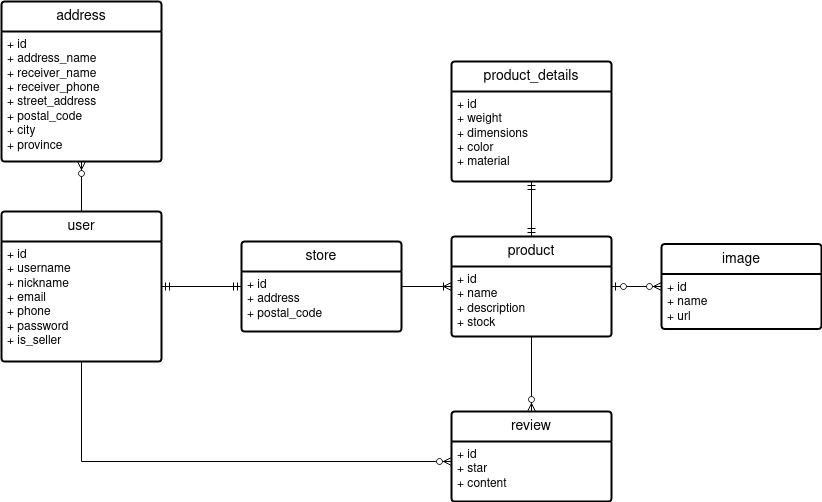
Before: NusantaraStore051_CDM.drawio.png, a diagram exported from draw.io (borednuna/NusantaraStore051_BE). Source tidied: cells renumbered, new cells last; positions are measured from the earlier drawing's top-left corner, leaving out a move shared by most shapes. The source it was exported from:
```xml
<mxGraphModel background="#ffffff">
  <root>
    <mxCell id="0" />
    <mxCell id="1" parent="0" />
    <mxCell id="2" value="user" style="swimlane;horizontal=1;startSize=30;rounded=1;fontSize=14;fontStyle=0;strokeWidth=2;shadow=0;dashed=0;align=center;arcSize=4;whiteSpace=wrap;html=1;" parent="1" vertex="1">
      <mxGeometry y="210" width="160" height="150" as="geometry" />
    </mxCell>
    <mxCell id="3" value="&lt;div&gt;+ id&lt;/div&gt;&lt;div&gt;+ username&lt;/div&gt;&lt;div&gt;+ nickname&lt;/div&gt;&lt;div&gt;+ email&lt;/div&gt;&lt;div&gt;+ phone&lt;br&gt;&lt;/div&gt;&lt;div&gt;+ password&lt;/div&gt;&lt;div&gt;+ is_seller&lt;br&gt;&lt;/div&gt;" style="align=left;strokeColor=none;fillColor=none;spacingLeft=4;fontSize=12;verticalAlign=top;html=1;" parent="2" vertex="1">
      <mxGeometry y="30" width="160" height="120" as="geometry" />
    </mxCell>
    <mxCell id="4" value="address" style="swimlane;horizontal=1;startSize=30;rounded=1;fontSize=14;fontStyle=0;strokeWidth=2;shadow=0;dashed=0;align=center;arcSize=4;whiteSpace=wrap;html=1;" parent="1" vertex="1">
      <mxGeometry width="160" height="160" as="geometry" />
    </mxCell>
    <mxCell id="5" value="&lt;div&gt;+ id&lt;/div&gt;&lt;div&gt;+ address_name&lt;br&gt;&lt;/div&gt;&lt;div&gt;+ receiver_name&lt;/div&gt;&lt;div&gt;+ receiver_phone&lt;br&gt;&lt;/div&gt;&lt;div&gt;+ street_address&lt;/div&gt;&lt;div&gt;+ postal_code&lt;/div&gt;&lt;div&gt;+ city&lt;/div&gt;&lt;div&gt;+ province&lt;br&gt;&lt;/div&gt;" style="align=left;strokeColor=none;fillColor=none;spacingLeft=4;fontSize=12;verticalAlign=top;html=1;" parent="4" vertex="1">
      <mxGeometry y="30" width="160" height="130" as="geometry" />
    </mxCell>
    <mxCell id="6" style="fontSize=12;html=1;endArrow=ERzeroToMany;endFill=1;rounded=0;" parent="1" edge="1" source="2" target="4">
      <mxGeometry relative="1" as="geometry" />
    </mxCell>
    <mxCell id="7" value="store" style="swimlane;horizontal=1;startSize=30;rounded=1;fontSize=14;fontStyle=0;strokeWidth=2;shadow=0;dashed=0;align=center;arcSize=4;whiteSpace=wrap;html=1;" parent="1" vertex="1">
      <mxGeometry x="240" y="240" width="160" height="90" as="geometry" />
    </mxCell>
    <mxCell id="8" value="&lt;div&gt;+ id&lt;/div&gt;&lt;div&gt;+ address&lt;/div&gt;&lt;div&gt;+ postal_code&lt;br&gt;&lt;/div&gt;" style="align=left;strokeColor=none;fillColor=none;spacingLeft=4;fontSize=12;verticalAlign=top;html=1;" parent="7" vertex="1">
      <mxGeometry y="30" width="160" height="60" as="geometry" />
    </mxCell>
    <mxCell id="9" style="fontSize=12;html=1;endArrow=ERmandOne;startArrow=ERmandOne;rounded=0;" parent="1" edge="1" source="2" target="7">
      <mxGeometry relative="1" as="geometry" />
    </mxCell>
    <mxCell id="10" value="product" style="swimlane;horizontal=1;startSize=30;rounded=1;fontSize=14;fontStyle=0;strokeWidth=2;shadow=0;dashed=0;align=center;arcSize=4;whiteSpace=wrap;html=1;" parent="1" vertex="1">
      <mxGeometry x="450" y="235" width="160" height="100" as="geometry" />
    </mxCell>
    <mxCell id="11" value="&lt;div&gt;+ id&lt;/div&gt;&lt;div&gt;+ name&lt;/div&gt;&lt;div&gt;+ description&lt;/div&gt;&lt;div&gt;+ stock&lt;br&gt;&lt;/div&gt;" style="align=left;strokeColor=none;fillColor=none;spacingLeft=4;fontSize=12;verticalAlign=top;html=1;" parent="10" vertex="1">
      <mxGeometry y="30" width="160" height="70" as="geometry" />
    </mxCell>
    <mxCell id="12" style="fontSize=12;html=1;endArrow=ERoneToMany;rounded=0;" parent="1" edge="1" source="7" target="10">
      <mxGeometry relative="1" as="geometry" />
    </mxCell>
    <mxCell id="13" value="product_details" style="swimlane;horizontal=1;startSize=30;rounded=1;fontSize=14;fontStyle=0;strokeWidth=2;shadow=0;dashed=0;align=center;arcSize=4;whiteSpace=wrap;html=1;" parent="1" vertex="1">
      <mxGeometry x="450" y="60" width="160" height="120" as="geometry" />
    </mxCell>
    <mxCell id="14" value="&lt;div&gt;+ id&lt;/div&gt;&lt;div&gt;+ weight&lt;/div&gt;&lt;div&gt;+ dimensions&lt;/div&gt;&lt;div&gt;+ color&lt;/div&gt;&lt;div&gt;+ material&lt;br&gt;&lt;/div&gt;" style="align=left;strokeColor=none;fillColor=none;spacingLeft=4;fontSize=12;verticalAlign=top;html=1;" parent="13" vertex="1">
      <mxGeometry y="30" width="160" height="90" as="geometry" />
    </mxCell>
    <mxCell id="15" style="fontSize=12;html=1;endArrow=ERmandOne;startArrow=ERmandOne;rounded=0;" parent="1" edge="1" source="10" target="13">
      <mxGeometry relative="1" as="geometry" />
    </mxCell>
    <mxCell id="16" value="review" style="swimlane;horizontal=1;startSize=30;rounded=1;fontSize=14;fontStyle=0;strokeWidth=2;shadow=0;dashed=0;align=center;arcSize=4;whiteSpace=wrap;html=1;" parent="1" vertex="1">
      <mxGeometry x="450" y="410" width="160" height="90" as="geometry" />
    </mxCell>
    <mxCell id="17" value="&lt;div&gt;+ id&lt;/div&gt;&lt;div&gt;+ star&lt;/div&gt;&lt;div&gt;+ content&lt;br&gt;&lt;/div&gt;" style="align=left;strokeColor=none;fillColor=none;spacingLeft=4;fontSize=12;verticalAlign=top;html=1;" parent="16" vertex="1">
      <mxGeometry y="30" width="160" height="60" as="geometry" />
    </mxCell>
    <mxCell id="18" style="fontSize=12;html=1;endArrow=ERzeroToMany;endFill=1;rounded=0;" parent="1" edge="1" source="10" target="16">
      <mxGeometry relative="1" as="geometry" />
    </mxCell>
    <mxCell id="19" style="edgeStyle=orthogonalEdgeStyle;fontSize=12;html=1;endArrow=ERzeroToMany;endFill=1;rounded=0;" parent="1" edge="1" source="2" target="16">
      <mxGeometry relative="1" as="geometry">
        <Array as="points">
          <mxPoint x="80" y="460" />
        </Array>
      </mxGeometry>
    </mxCell>
    <mxCell id="20" value="image" style="swimlane;horizontal=1;startSize=30;rounded=1;fontSize=14;fontStyle=0;strokeWidth=2;shadow=0;dashed=0;align=center;arcSize=4;whiteSpace=wrap;html=1;" parent="1" vertex="1">
      <mxGeometry x="660" y="242.5" width="160" height="85" as="geometry" />
    </mxCell>
    <mxCell id="21" value="&lt;div&gt;+ id&lt;/div&gt;&lt;div&gt;+ name&lt;/div&gt;+ url" style="align=left;strokeColor=none;fillColor=none;spacingLeft=4;fontSize=12;verticalAlign=top;html=1;" parent="20" vertex="1">
      <mxGeometry y="30" width="160" height="55" as="geometry" />
    </mxCell>
    <mxCell id="22" style="fontSize=12;html=1;endArrow=ERzeroToMany;startArrow=ERzeroToOne;rounded=0;" parent="1" edge="1" source="10" target="20">
      <mxGeometry relative="1" as="geometry" />
    </mxCell>
  </root>
</mxGraphModel>
```
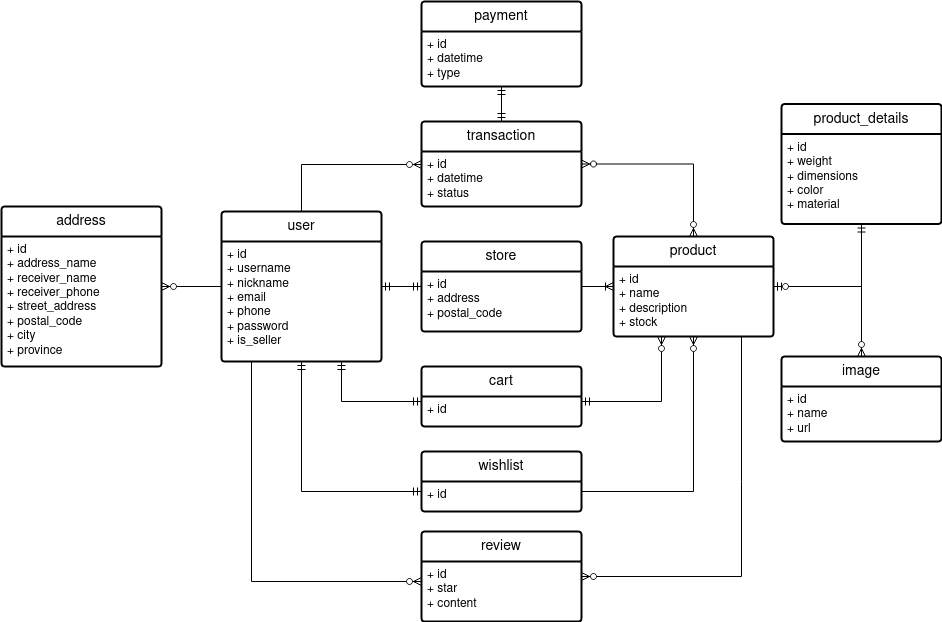
Later version of the same file.

What changed in the source:
```diff
@@ -3,13 +3,13 @@
     <mxCell id="0" />
     <mxCell id="1" parent="0" />
     <mxCell id="2" value="user" style="swimlane;horizontal=1;startSize=30;rounded=1;fontSize=14;fontStyle=0;strokeWidth=2;shadow=0;dashed=0;align=center;arcSize=4;whiteSpace=wrap;html=1;" parent="1" vertex="1">
-      <mxGeometry y="210" width="160" height="150" as="geometry" />
+      <mxGeometry x="520" y="310" width="160" height="150" as="geometry" />
     </mxCell>
     <mxCell id="3" value="&lt;div&gt;+ id&lt;/div&gt;&lt;div&gt;+ username&lt;/div&gt;&lt;div&gt;+ nickname&lt;/div&gt;&lt;div&gt;+ email&lt;/div&gt;&lt;div&gt;+ phone&lt;br&gt;&lt;/div&gt;&lt;div&gt;+ password&lt;/div&gt;&lt;div&gt;+ is_seller&lt;br&gt;&lt;/div&gt;" style="align=left;strokeColor=none;fillColor=none;spacingLeft=4;fontSize=12;verticalAlign=top;html=1;" parent="2" vertex="1">
       <mxGeometry y="30" width="160" height="120" as="geometry" />
     </mxCell>
     <mxCell id="4" value="address" style="swimlane;horizontal=1;startSize=30;rounded=1;fontSize=14;fontStyle=0;strokeWidth=2;shadow=0;dashed=0;align=center;arcSize=4;whiteSpace=wrap;html=1;" parent="1" vertex="1">
-      <mxGeometry width="160" height="160" as="geometry" />
+      <mxGeometry x="300" y="305" width="160" height="160" as="geometry" />
     </mxCell>
     <mxCell id="5" value="&lt;div&gt;+ id&lt;/div&gt;&lt;div&gt;+ address_name&lt;br&gt;&lt;/div&gt;&lt;div&gt;+ receiver_name&lt;/div&gt;&lt;div&gt;+ receiver_phone&lt;br&gt;&lt;/div&gt;&lt;div&gt;+ street_address&lt;/div&gt;&lt;div&gt;+ postal_code&lt;/div&gt;&lt;div&gt;+ city&lt;/div&gt;&lt;div&gt;+ province&lt;br&gt;&lt;/div&gt;" style="align=left;strokeColor=none;fillColor=none;spacingLeft=4;fontSize=12;verticalAlign=top;html=1;" parent="4" vertex="1">
       <mxGeometry y="30" width="160" height="130" as="geometry" />
@@ -18,7 +18,7 @@
       <mxGeometry relative="1" as="geometry" />
     </mxCell>
     <mxCell id="7" value="store" style="swimlane;horizontal=1;startSize=30;rounded=1;fontSize=14;fontStyle=0;strokeWidth=2;shadow=0;dashed=0;align=center;arcSize=4;whiteSpace=wrap;html=1;" parent="1" vertex="1">
-      <mxGeometry x="240" y="240" width="160" height="90" as="geometry" />
+      <mxGeometry x="720" y="340" width="160" height="90" as="geometry" />
     </mxCell>
     <mxCell id="8" value="&lt;div&gt;+ id&lt;/div&gt;&lt;div&gt;+ address&lt;/div&gt;&lt;div&gt;+ postal_code&lt;br&gt;&lt;/div&gt;" style="align=left;strokeColor=none;fillColor=none;spacingLeft=4;fontSize=12;verticalAlign=top;html=1;" parent="7" vertex="1">
       <mxGeometry y="30" width="160" height="60" as="geometry" />
@@ -27,7 +27,7 @@
       <mxGeometry relative="1" as="geometry" />
     </mxCell>
     <mxCell id="10" value="product" style="swimlane;horizontal=1;startSize=30;rounded=1;fontSize=14;fontStyle=0;strokeWidth=2;shadow=0;dashed=0;align=center;arcSize=4;whiteSpace=wrap;html=1;" parent="1" vertex="1">
-      <mxGeometry x="450" y="235" width="160" height="100" as="geometry" />
+      <mxGeometry x="912" y="335" width="160" height="100" as="geometry" />
     </mxCell>
     <mxCell id="11" value="&lt;div&gt;+ id&lt;/div&gt;&lt;div&gt;+ name&lt;/div&gt;&lt;div&gt;+ description&lt;/div&gt;&lt;div&gt;+ stock&lt;br&gt;&lt;/div&gt;" style="align=left;strokeColor=none;fillColor=none;spacingLeft=4;fontSize=12;verticalAlign=top;html=1;" parent="10" vertex="1">
       <mxGeometry y="30" width="160" height="70" as="geometry" />
@@ -36,38 +36,108 @@
       <mxGeometry relative="1" as="geometry" />
     </mxCell>
     <mxCell id="13" value="product_details" style="swimlane;horizontal=1;startSize=30;rounded=1;fontSize=14;fontStyle=0;strokeWidth=2;shadow=0;dashed=0;align=center;arcSize=4;whiteSpace=wrap;html=1;" parent="1" vertex="1">
-      <mxGeometry x="450" y="60" width="160" height="120" as="geometry" />
+      <mxGeometry x="1080" y="202.5" width="160" height="120" as="geometry" />
     </mxCell>
     <mxCell id="14" value="&lt;div&gt;+ id&lt;/div&gt;&lt;div&gt;+ weight&lt;/div&gt;&lt;div&gt;+ dimensions&lt;/div&gt;&lt;div&gt;+ color&lt;/div&gt;&lt;div&gt;+ material&lt;br&gt;&lt;/div&gt;" style="align=left;strokeColor=none;fillColor=none;spacingLeft=4;fontSize=12;verticalAlign=top;html=1;" parent="13" vertex="1">
       <mxGeometry y="30" width="160" height="90" as="geometry" />
     </mxCell>
-    <mxCell id="15" style="fontSize=12;html=1;endArrow=ERmandOne;startArrow=ERmandOne;rounded=0;" parent="1" edge="1" source="10" target="13">
+    <mxCell id="15" style="fontSize=12;html=1;endArrow=ERmandOne;startArrow=ERmandOne;rounded=0;edgeStyle=orthogonalEdgeStyle;" parent="1" edge="1" source="10" target="13">
       <mxGeometry relative="1" as="geometry" />
     </mxCell>
     <mxCell id="16" value="review" style="swimlane;horizontal=1;startSize=30;rounded=1;fontSize=14;fontStyle=0;strokeWidth=2;shadow=0;dashed=0;align=center;arcSize=4;whiteSpace=wrap;html=1;" parent="1" vertex="1">
-      <mxGeometry x="450" y="410" width="160" height="90" as="geometry" />
+      <mxGeometry x="720" y="630" width="160" height="90" as="geometry" />
     </mxCell>
     <mxCell id="17" value="&lt;div&gt;+ id&lt;/div&gt;&lt;div&gt;+ star&lt;/div&gt;&lt;div&gt;+ content&lt;br&gt;&lt;/div&gt;" style="align=left;strokeColor=none;fillColor=none;spacingLeft=4;fontSize=12;verticalAlign=top;html=1;" parent="16" vertex="1">
       <mxGeometry y="30" width="160" height="60" as="geometry" />
     </mxCell>
-    <mxCell id="18" style="fontSize=12;html=1;endArrow=ERzeroToMany;endFill=1;rounded=0;" parent="1" edge="1" source="10" target="16">
-      <mxGeometry relative="1" as="geometry" />
+    <mxCell id="18" style="fontSize=12;html=1;endArrow=ERzeroToMany;endFill=1;rounded=0;edgeStyle=orthogonalEdgeStyle;" parent="1" edge="1" source="10" target="16">
+      <mxGeometry relative="1" as="geometry">
+        <Array as="points">
+          <mxPoint x="1040" y="580" />
+          <mxPoint x="1040" y="580" />
+        </Array>
+      </mxGeometry>
     </mxCell>
     <mxCell id="19" style="edgeStyle=orthogonalEdgeStyle;fontSize=12;html=1;endArrow=ERzeroToMany;endFill=1;rounded=0;" parent="1" edge="1" source="2" target="16">
       <mxGeometry relative="1" as="geometry">
         <Array as="points">
-          <mxPoint x="80" y="460" />
+          <mxPoint x="550" y="680" />
         </Array>
       </mxGeometry>
     </mxCell>
     <mxCell id="20" value="image" style="swimlane;horizontal=1;startSize=30;rounded=1;fontSize=14;fontStyle=0;strokeWidth=2;shadow=0;dashed=0;align=center;arcSize=4;whiteSpace=wrap;html=1;" parent="1" vertex="1">
-      <mxGeometry x="660" y="242.5" width="160" height="85" as="geometry" />
+      <mxGeometry x="1080" y="455" width="160" height="85" as="geometry" />
     </mxCell>
     <mxCell id="21" value="&lt;div&gt;+ id&lt;/div&gt;&lt;div&gt;+ name&lt;/div&gt;+ url" style="align=left;strokeColor=none;fillColor=none;spacingLeft=4;fontSize=12;verticalAlign=top;html=1;" parent="20" vertex="1">
       <mxGeometry y="30" width="160" height="55" as="geometry" />
     </mxCell>
-    <mxCell id="22" style="fontSize=12;html=1;endArrow=ERzeroToMany;startArrow=ERzeroToOne;rounded=0;" parent="1" edge="1" source="10" target="20">
+    <mxCell id="22" style="fontSize=12;html=1;endArrow=ERzeroToMany;startArrow=ERzeroToOne;rounded=0;edgeStyle=orthogonalEdgeStyle;" parent="1" edge="1" source="10" target="20">
       <mxGeometry relative="1" as="geometry" />
     </mxCell>
+    <mxCell id="23" value="transaction" style="swimlane;horizontal=1;startSize=30;rounded=1;fontSize=14;fontStyle=0;strokeWidth=2;shadow=0;dashed=0;align=center;arcSize=4;whiteSpace=wrap;html=1;" parent="1" vertex="1">
+      <mxGeometry x="720" y="220" width="160" height="85" as="geometry" />
+    </mxCell>
+    <mxCell id="24" value="&lt;div&gt;+ id&lt;/div&gt;&lt;div&gt;+ datetime&lt;/div&gt;&lt;div&gt;+ status&lt;br&gt;&lt;/div&gt;" style="align=left;strokeColor=none;fillColor=none;spacingLeft=4;fontSize=12;verticalAlign=top;html=1;" parent="23" vertex="1">
+      <mxGeometry y="30" width="160" height="55" as="geometry" />
+    </mxCell>
+    <mxCell id="25" style="fontSize=12;html=1;endArrow=ERzeroToMany;endFill=1;rounded=0;edgeStyle=orthogonalEdgeStyle;" parent="1" edge="1" source="2" target="23">
+      <mxGeometry relative="1" as="geometry">
+        <Array as="points">
+          <mxPoint x="600" y="263" />
+        </Array>
+      </mxGeometry>
+    </mxCell>
+    <mxCell id="26" value="payment" style="swimlane;horizontal=1;startSize=30;rounded=1;fontSize=14;fontStyle=0;strokeWidth=2;shadow=0;dashed=0;align=center;arcSize=4;whiteSpace=wrap;html=1;" parent="1" vertex="1">
+      <mxGeometry x="720" y="100" width="160" height="85" as="geometry" />
+    </mxCell>
+    <mxCell id="27" value="&lt;div&gt;+ id&lt;/div&gt;&lt;div&gt;+ datetime&lt;/div&gt;&lt;div&gt;+ type&lt;br&gt;&lt;/div&gt;" style="align=left;strokeColor=none;fillColor=none;spacingLeft=4;fontSize=12;verticalAlign=top;html=1;" parent="26" vertex="1">
+      <mxGeometry y="30" width="160" height="55" as="geometry" />
+    </mxCell>
+    <mxCell id="28" style="fontSize=12;html=1;endArrow=ERmandOne;startArrow=ERmandOne;rounded=0;" parent="1" edge="1" source="23" target="26">
+      <mxGeometry relative="1" as="geometry" />
+    </mxCell>
+    <mxCell id="29" style="edgeStyle=orthogonalEdgeStyle;fontSize=12;html=1;endArrow=ERzeroToMany;endFill=1;startArrow=ERzeroToMany;rounded=0;" parent="1" edge="1" source="23" target="10">
+      <mxGeometry relative="1" as="geometry" />
+    </mxCell>
+    <mxCell id="30" value="wishlist" style="swimlane;horizontal=1;startSize=30;rounded=1;fontSize=14;fontStyle=0;strokeWidth=2;shadow=0;dashed=0;align=center;arcSize=4;whiteSpace=wrap;html=1;" parent="1" vertex="1">
+      <mxGeometry x="720" y="550" width="160" height="60" as="geometry" />
+    </mxCell>
+    <mxCell id="31" value="+ id" style="align=left;strokeColor=none;fillColor=none;spacingLeft=4;fontSize=12;verticalAlign=top;html=1;" parent="30" vertex="1">
+      <mxGeometry y="30" width="160" height="30" as="geometry" />
+    </mxCell>
+    <mxCell id="32" style="fontSize=12;html=1;endArrow=ERmandOne;startArrow=ERmandOne;rounded=0;edgeStyle=orthogonalEdgeStyle;" parent="1" edge="1" source="2" target="30">
+      <mxGeometry relative="1" as="geometry">
+        <Array as="points">
+          <mxPoint x="600" y="590" />
+        </Array>
+      </mxGeometry>
+    </mxCell>
+    <mxCell id="33" style="edgeStyle=orthogonalEdgeStyle;fontSize=12;html=1;endArrow=ERzeroToMany;endFill=1;rounded=0;" parent="1" edge="1" source="30" target="10">
+      <mxGeometry relative="1" as="geometry">
+        <Array as="points">
+          <mxPoint x="992" y="590" />
+        </Array>
+      </mxGeometry>
+    </mxCell>
+    <mxCell id="34" value="cart" style="swimlane;horizontal=1;startSize=30;rounded=1;fontSize=14;fontStyle=0;strokeWidth=2;shadow=0;dashed=0;align=center;arcSize=4;whiteSpace=wrap;html=1;" parent="1" vertex="1">
+      <mxGeometry x="720" y="465" width="160" height="60" as="geometry" />
+    </mxCell>
+    <mxCell id="35" value="+ id" style="align=left;strokeColor=none;fillColor=none;spacingLeft=4;fontSize=12;verticalAlign=top;html=1;" parent="34" vertex="1">
+      <mxGeometry y="30" width="160" height="30" as="geometry" />
+    </mxCell>
+    <mxCell id="36" style="edgeStyle=orthogonalEdgeStyle;fontSize=12;html=1;endArrow=ERmandOne;startArrow=ERmandOne;rounded=0;" parent="1" edge="1" source="2" target="34">
+      <mxGeometry relative="1" as="geometry">
+        <Array as="points">
+          <mxPoint x="640" y="500" />
+        </Array>
+      </mxGeometry>
+    </mxCell>
+    <mxCell id="37" style="edgeStyle=orthogonalEdgeStyle;fontSize=12;html=1;endArrow=ERzeroToMany;startArrow=ERmandOne;rounded=0;" parent="1" edge="1" source="34" target="10">
+      <mxGeometry relative="1" as="geometry">
+        <Array as="points">
+          <mxPoint x="960" y="500" />
+        </Array>
+      </mxGeometry>
+    </mxCell>
   </root>
 </mxGraphModel>
```
